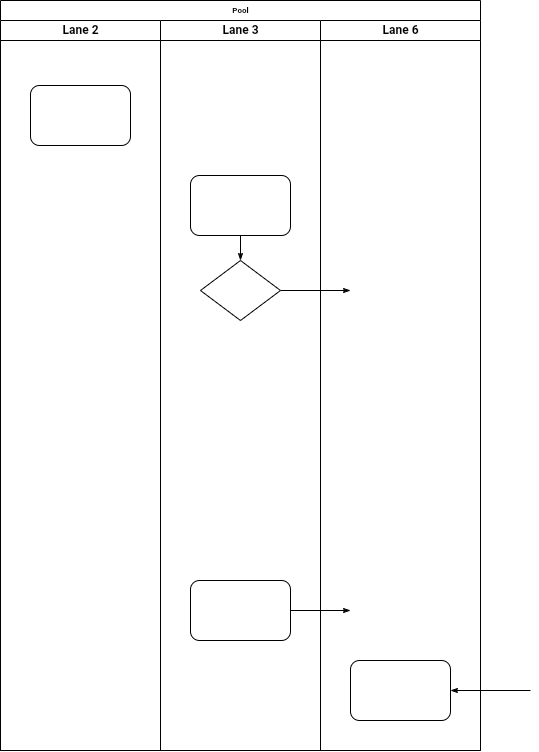
This is Диаграмма деятельности.drawio.png from Avokada/ais_mtuci, a draw.io export, as it was before one commit. Source tidied: cells renumbered, new cells last; positions are measured from the earlier drawing's top-left corner, leaving out a move shared by most shapes.
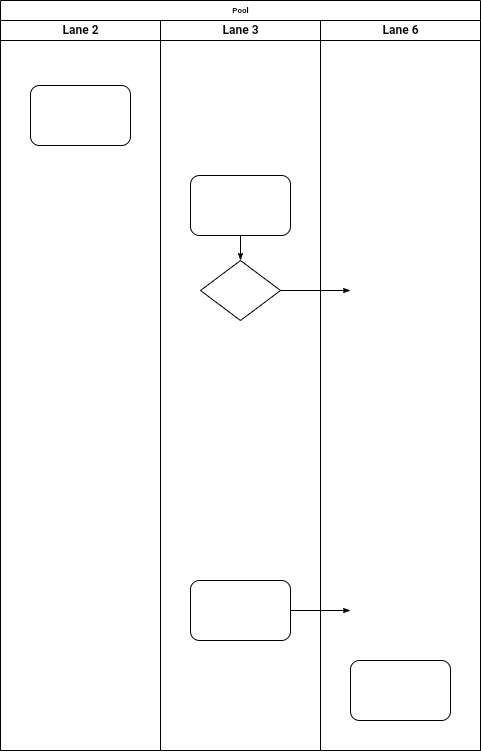
The same file after the commit.

Diff of the diagram source:
```diff
@@ -10,11 +10,6 @@
         <mxPoint x="350" y="290" as="targetPoint" />
       </mxGeometry>
     </mxCell>
-    <mxCell id="4" style="edgeStyle=orthogonalEdgeStyle;rounded=1;html=1;labelBackgroundColor=none;startArrow=none;startFill=0;startSize=5;endArrow=classicThin;endFill=1;endSize=5;jettySize=auto;strokeWidth=1;fontFamily=Verdana;fontSize=8;" parent="2" edge="1" target="14">
-      <mxGeometry relative="1" as="geometry">
-        <mxPoint x="530" y="690" as="sourcePoint" />
-      </mxGeometry>
-    </mxCell>
     <mxCell id="5" style="edgeStyle=orthogonalEdgeStyle;rounded=1;html=1;labelBackgroundColor=none;startArrow=none;startFill=0;startSize=5;endArrow=classicThin;endFill=1;endSize=5;jettySize=auto;strokeWidth=1;fontFamily=Verdana;fontSize=8;" parent="2" edge="1" source="11">
       <mxGeometry relative="1" as="geometry">
         <mxPoint x="350" y="610" as="targetPoint" />
```
